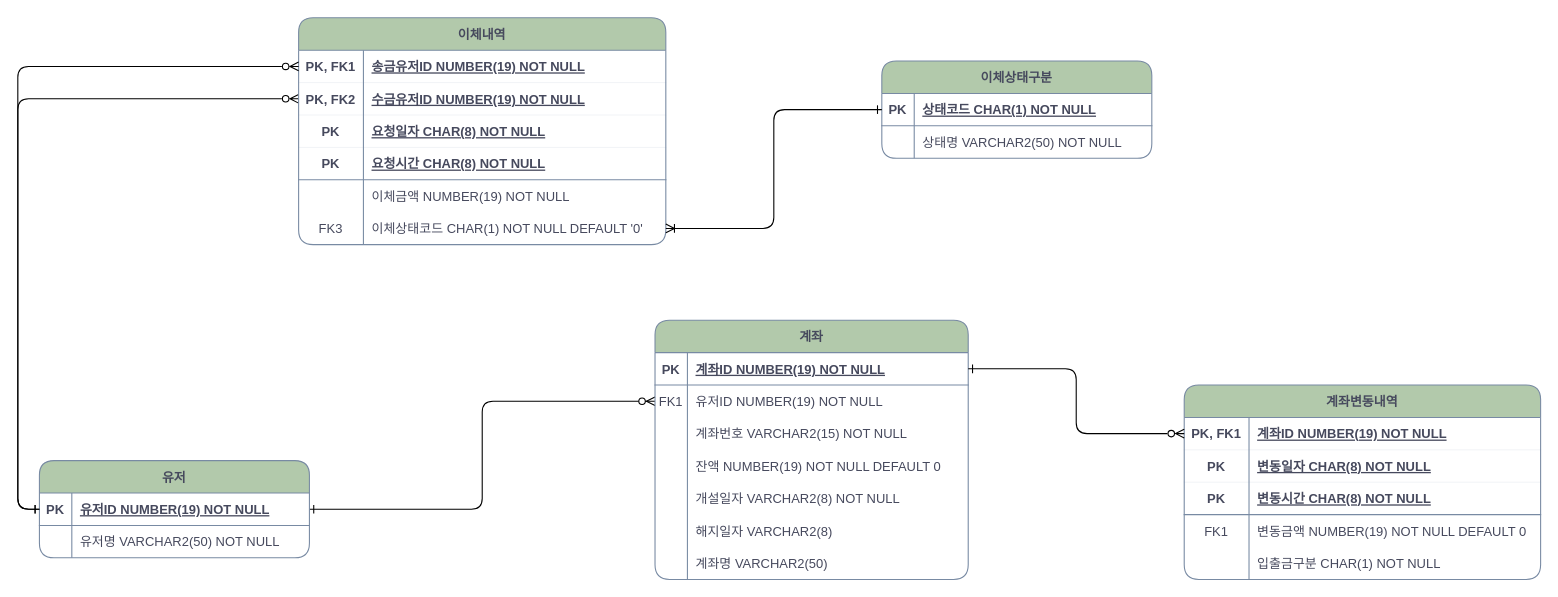
The draw.io diagram 제목 없는 다이어그램.drawio in GangBean/HelloWorld, before the edit. Source tidied: cells renumbered, new cells numbered last; positions are measured from the earlier drawing's top-left corner, leaving out a move shared by most shapes. Both pictures are drawn from the tidied source at 108%, with x=0, y=0 at pixel (39, 17).
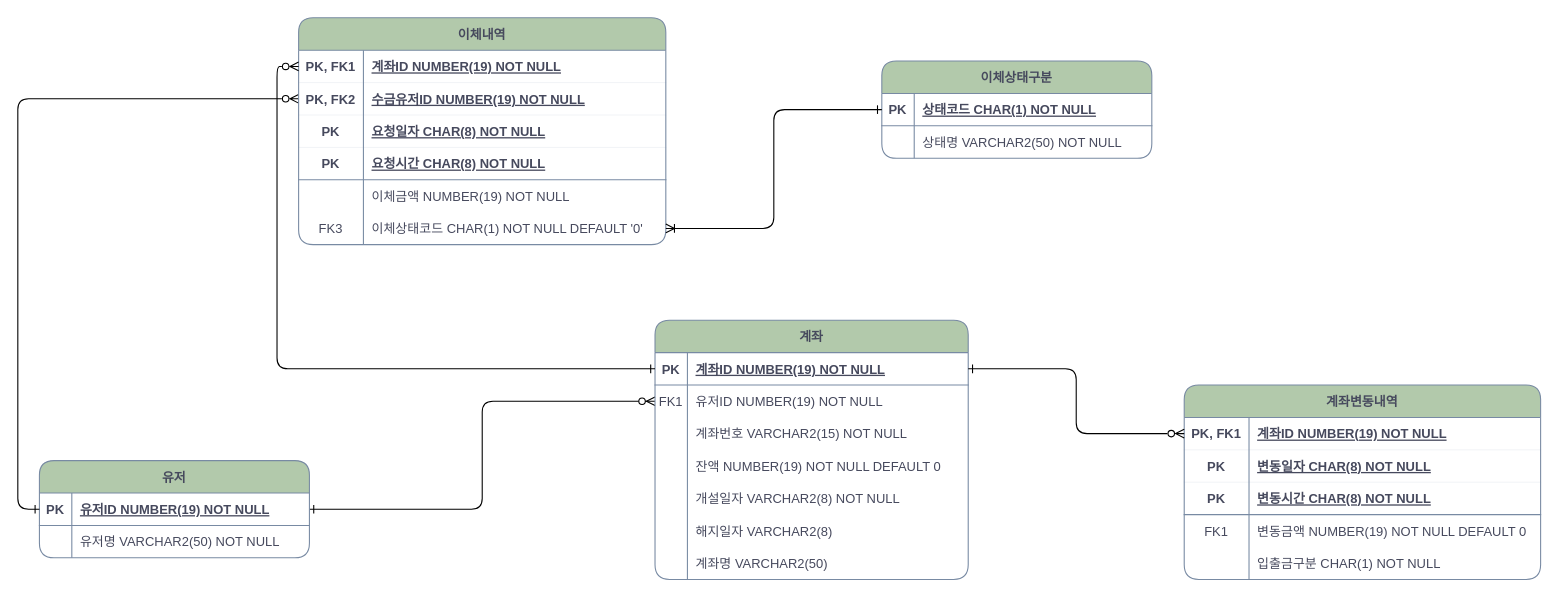
Above is the later version.

Commit message:
제목 없는 다이어그램.drawio 업데이트

The change refers to these unchanged cells:
```xml
<mxCell id="5" style="shape=partialRectangle;fillColor=none;points=[[0,0.5],[1,0.5]];portConstraint=eastwest;top=0;left=0;right=0;bottom=1;strokeColor=#788AA3;fontColor=#46495D;rounded=1;" parent="4" vertex="1">
  <mxGeometry y="30" width="290" height="30" as="geometry" />
</mxCell>
<mxCell id="27" style="shape=partialRectangle;fillColor=none;points=[[0,0.5],[1,0.5]];portConstraint=eastwest;top=0;left=0;right=0;bottom=1;strokeColor=#788AA3;fontColor=#46495D;rounded=1;" parent="26" vertex="1">
  <mxGeometry y="30" width="250" height="30" as="geometry" />
</mxCell>
<mxCell id="35" style="shape=partialRectangle;fillColor=none;points=[[0,0.5],[1,0.5]];portConstraint=eastwest;top=0;left=0;right=0;bottom=1;strokeColor=#788AA3;fontColor=#46495D;rounded=1;strokeWidth=0;" parent="34" vertex="1">
  <mxGeometry y="30" width="340" height="30" as="geometry" />
</mxCell>
```

The edit, as a diff of the source:
```diff
@@
-    <mxCell id="37" value="송금유저ID NUMBER(19) NOT NULL" style="shape=partialRectangle;overflow=hidden;fillColor=none;top=0;left=0;bottom=0;right=0;align=left;spacingLeft=6;fontStyle=5;strokeColor=#788AA3;fontColor=#46495D;rounded=1;flipH=0;flipV=1;" parent="35" vertex="1">
+    <mxCell id="37" value="계좌ID NUMBER(19) NOT NULL" style="shape=partialRectangle;overflow=hidden;fillColor=none;top=0;left=0;bottom=0;right=0;align=left;spacingLeft=6;fontStyle=5;strokeColor=#788AA3;fontColor=#46495D;rounded=1;flipH=0;flipV=1;" parent="35" vertex="1">
       <mxGeometry x="60" width="280" height="30" as="geometry" />
     </mxCell>
@@
-    <mxCell id="70" style="edgeStyle=orthogonalEdgeStyle;rounded=1;jettySize=auto;html=1;exitX=0;exitY=0.5;exitDx=0;exitDy=0;entryX=0;entryY=0.5;entryDx=0;entryDy=0;strokeColor=#000000;fontSize=12;startArrow=ERone;startFill=0;endArrow=ERzeroToMany;endFill=0;" parent="1" edge="1" source="27" target="35">
+    <mxCell id="70" style="edgeStyle=orthogonalEdgeStyle;rounded=1;jettySize=auto;html=1;exitX=0;exitY=0.5;exitDx=0;exitDy=0;entryX=0;entryY=0.5;entryDx=0;entryDy=0;strokeColor=#000000;fontSize=12;startArrow=ERone;startFill=0;endArrow=ERzeroToMany;endFill=0;" parent="1" edge="1" source="5" target="35">
       <mxGeometry relative="1" as="geometry" />
     </mxCell>
```
